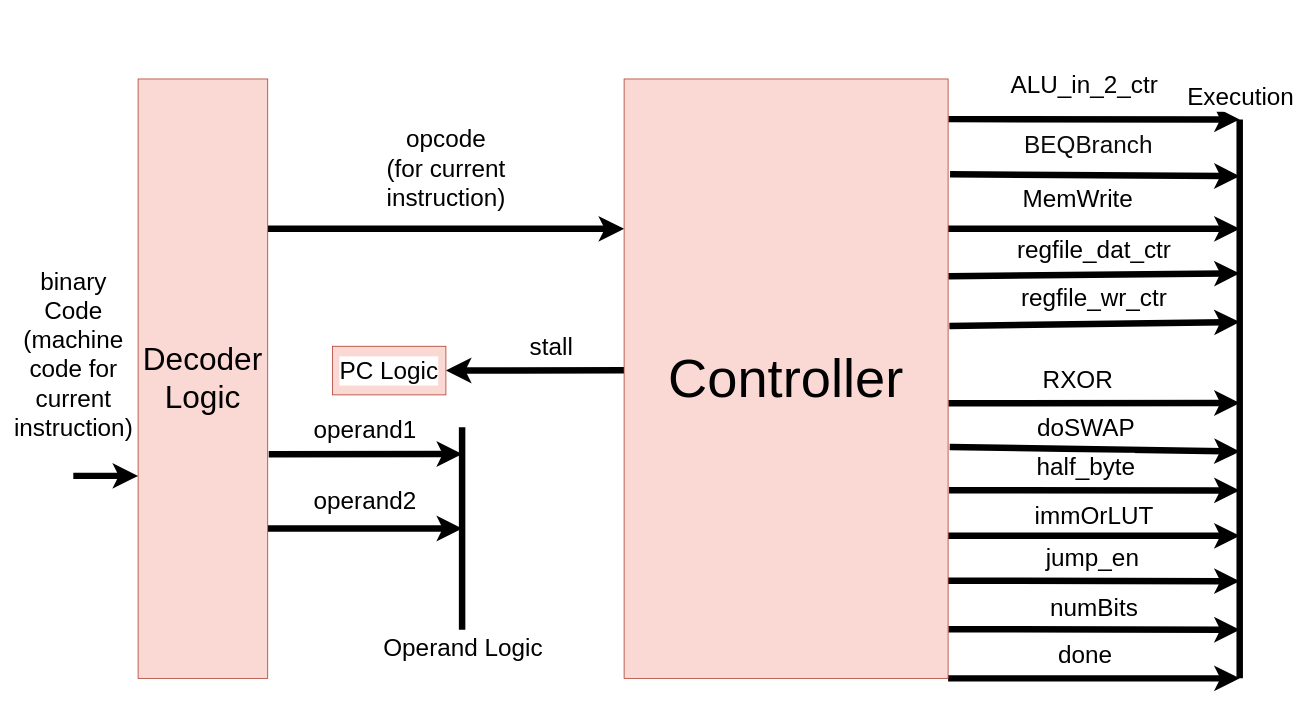
Above: Schematics/control_decode.drawio in KatiHuTiw/Specialized-Processor-and-Assembler-Design-Group-Project (draw.io), before the change. Source tidied: cells renumbered, new cells numbered last; positions are measured from the earlier drawing's top-left corner, leaving out a move shared by most shapes. Both pictures are drawn from the tidied source at 81%, with x=0, y=0 at pixel (73, 79).
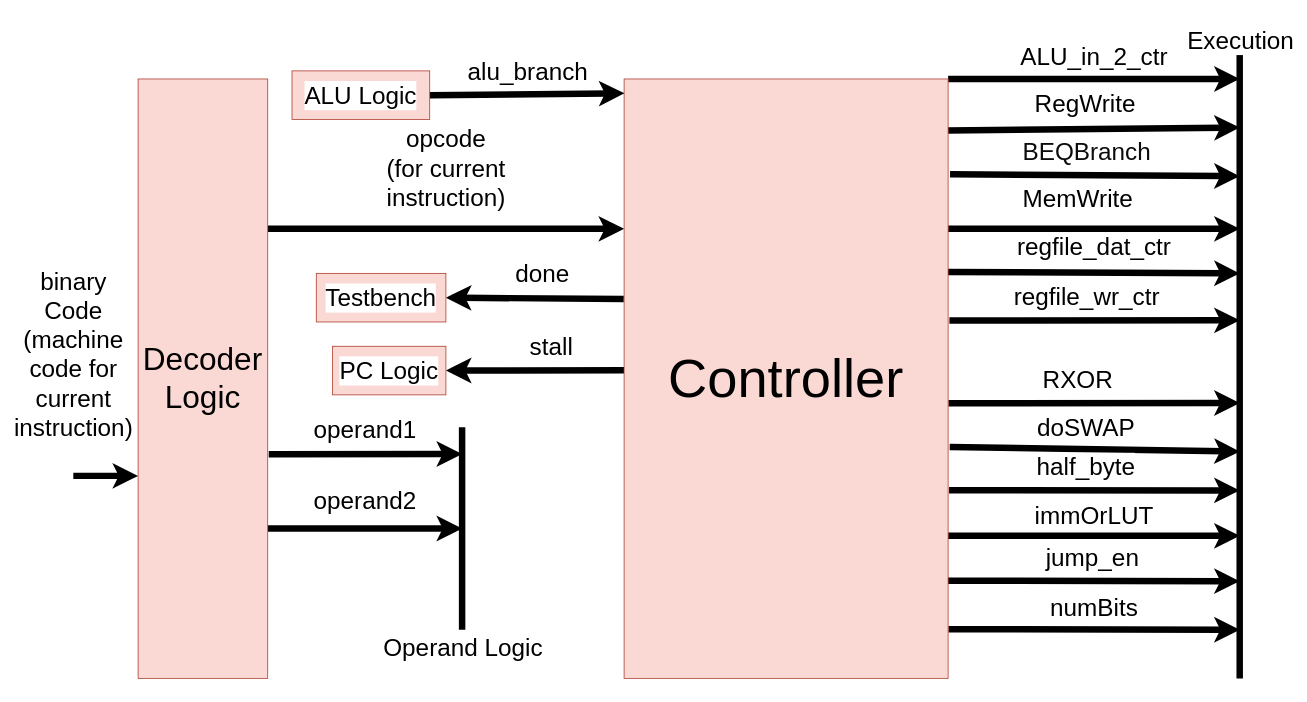
After the change.

Unchanged cells that the change refers to:
```xml
<mxCell id="26" value="&lt;font style=&quot;font-size: 67px;&quot; color=&quot;#000000&quot;&gt;Controller&lt;/font&gt;" style="whiteSpace=wrap;html=1;labelBackgroundColor=none;fontSize=30;fillColor=#fad9d5;strokeColor=#ae4132;" parent="1" vertex="1">
  <mxGeometry x="680" width="400" height="740" as="geometry" />
</mxCell>
```

Change to the diagram source:
```diff
@@
-    <mxCell id="9" style="edgeStyle=none;html=1;exitX=1.001;exitY=0.067;exitDx=0;exitDy=0;labelBackgroundColor=none;strokeColor=#000000;strokeWidth=8;fontSize=67;fontColor=#000000;endArrow=classic;endFill=1;exitPerimeter=0;" parent="1" edge="1" source="26">
-      <mxGeometry relative="1" as="geometry">
-        <mxPoint x="1440" y="50" as="targetPoint" />
+    <mxCell id="9" value="&lt;span style=&quot;font-size: 30px; background-color: rgb(255, 255, 255);&quot;&gt;ALU_in_2_ctr&lt;/span&gt;" style="edgeStyle=none;html=1;exitX=1;exitY=0;exitDx=0;exitDy=0;labelBackgroundColor=none;strokeColor=#000000;strokeWidth=8;fontSize=67;fontColor=#000000;endArrow=classic;endFill=1;" parent="1" edge="1" source="26">
+      <mxGeometry y="40" relative="1" as="geometry">
+        <mxPoint x="1440" as="targetPoint" />
       </mxGeometry>
     </mxCell>
-    <mxCell id="10" value="&lt;font style=&quot;font-size: 30px; background-color: rgb(255, 255, 255);&quot;&gt;ALU_in_2_ctr&lt;/font&gt;" style="edgeLabel;html=1;align=center;verticalAlign=middle;fontSize=67;fontColor=#000000;" parent="9" vertex="1">
-      <mxGeometry x="-0.07" y="12" relative="1" as="geometry">
-        <mxPoint y="-43" as="offset" />
-      </mxGeometry>
-    </mxCell>
     <mxCell id="11" value="&lt;font color=&quot;#0d0c0c&quot; style=&quot;font-size: 30px; background-color: rgb(255, 255, 255);&quot;&gt;BEQBranch&lt;/font&gt;" style="edgeStyle=none;html=1;strokeWidth=8;strokeColor=#000000;exitX=1.006;exitY=0.159;exitDx=0;exitDy=0;exitPerimeter=0;" parent="1" edge="1" source="26">
-      <mxGeometry x="-0.05" y="38" relative="1" as="geometry">
+      <mxGeometry x="-0.06" y="29" relative="1" as="geometry">
         <mxPoint x="1440" y="120" as="targetPoint" />
       </mxGeometry>
     </mxCell>
@@
-    <mxCell id="19" value="done" style="edgeStyle=none;html=1;exitX=1;exitY=1;exitDx=0;exitDy=0;labelBackgroundColor=#FFFFFF;strokeColor=#000000;strokeWidth=8;fontSize=30;fontColor=#000000;" parent="1" edge="1" source="26">
-      <mxGeometry x="-0.06" y="30" relative="1" as="geometry">
-        <mxPoint x="1440" y="740" as="targetPoint" />
-      </mxGeometry>
+    <mxCell id="19" value="done" style="edgeStyle=none;html=1;exitX=-0.001;exitY=0.367;exitDx=0;exitDy=0;labelBackgroundColor=#FFFFFF;strokeColor=#000000;strokeWidth=8;fontSize=30;fontColor=#000000;exitPerimeter=0;entryX=1;entryY=0.5;entryDx=0;entryDy=0;" parent="1" edge="1" source="26" target="34">
+      <mxGeometry x="-0.08" y="-31" relative="1" as="geometry" />
     </mxCell>
@@
-    <mxCell id="22" value="regfile_dat_ctr" style="edgeStyle=none;html=1;labelBackgroundColor=#FFFFFF;strokeColor=#000000;strokeWidth=8;fontSize=30;fontColor=#000000;exitX=1.001;exitY=0.329;exitDx=0;exitDy=0;exitPerimeter=0;" parent="1" edge="1" source="26">
+    <mxCell id="22" value="regfile_dat_ctr" style="edgeStyle=none;html=1;labelBackgroundColor=#FFFFFF;strokeColor=#000000;strokeWidth=8;fontSize=30;fontColor=#000000;exitX=0.999;exitY=0.322;exitDx=0;exitDy=0;exitPerimeter=0;" parent="1" edge="1" source="26">
       <mxGeometry y="32" relative="1" as="geometry">
         <mxPoint x="1440" y="240" as="targetPoint" />
       </mxGeometry>
     </mxCell>
-    <mxCell id="23" value="regfile_wr_ctr" style="edgeStyle=none;html=1;exitX=1.004;exitY=0.412;exitDx=0;exitDy=0;labelBackgroundColor=#FFFFFF;strokeColor=#000000;strokeWidth=8;fontSize=30;fontColor=#000000;exitPerimeter=0;" parent="1" edge="1" source="26">
-      <mxGeometry y="32" relative="1" as="geometry">
-        <mxPoint x="1440" y="300" as="targetPoint" />
+    <mxCell id="23" value="regfile_wr_ctr" style="edgeStyle=none;html=1;labelBackgroundColor=#FFFFFF;strokeColor=#000000;strokeWidth=8;fontSize=30;fontColor=#000000;exitX=1.004;exitY=0.403;exitDx=0;exitDy=0;exitPerimeter=0;" parent="1" edge="1" source="26">
+      <mxGeometry x="-0.06" y="30" relative="1" as="geometry">
+        <mxPoint x="1440" y="298" as="targetPoint" />
+        <mxPoint x="1" as="offset" />
       </mxGeometry>
     </mxCell>
@@
+    <mxCell id="30" style="edgeStyle=none;html=1;fontSize=30;strokeColor=#000000;strokeWidth=8;exitX=0.997;exitY=0.086;exitDx=0;exitDy=0;exitPerimeter=0;" parent="1" edge="1" source="26">
+      <mxGeometry relative="1" as="geometry">
+        <mxPoint x="1440" y="60" as="targetPoint" />
+      </mxGeometry>
+    </mxCell>
+    <mxCell id="31" value="&lt;font color=&quot;#000000&quot;&gt;RegWrite&lt;/font&gt;" style="edgeLabel;html=1;align=center;verticalAlign=middle;fontSize=30;" parent="30" vertex="1">
+      <mxGeometry x="-0.06" y="-3" relative="1" as="geometry">
+        <mxPoint y="-35" as="offset" />
+      </mxGeometry>
+    </mxCell>
@@
     <mxCell id="27" style="edgeStyle=none;orthogonalLoop=1;jettySize=auto;html=1;labelBackgroundColor=none;strokeColor=#000000;strokeWidth=8;fontSize=30;fontColor=#000000;endArrow=none;endFill=0;" parent="1" edge="1">
       <mxGeometry relative="1" as="geometry">
-        <mxPoint x="1440" y="50" as="sourcePoint" />
+        <mxPoint x="1440" y="-50" as="sourcePoint" />
         <mxPoint x="1440" y="740" as="targetPoint" />
       </mxGeometry>
     </mxCell>
     <mxCell id="28" value="&lt;span style=&quot;background-color: rgb(255, 255, 255);&quot;&gt;Execution&lt;/span&gt;" style="edgeLabel;html=1;align=center;verticalAlign=middle;fontSize=30;fontColor=#000000;" parent="27" vertex="1">
       <mxGeometry x="0.33" y="-4" relative="1" as="geometry">
-        <mxPoint x="4" y="-488" as="offset" />
+        <mxPoint x="4" y="-524" as="offset" />
       </mxGeometry>
     </mxCell>
@@
+    <mxCell id="32" value="&lt;span style=&quot;font-size: 30px; background-color: rgb(255, 255, 255);&quot;&gt;alu_branch&lt;/span&gt;" style="edgeStyle=none;html=1;labelBackgroundColor=none;strokeColor=#000000;strokeWidth=8;fontSize=67;fontColor=#000000;endArrow=classic;endFill=1;entryX=0.001;entryY=0.024;entryDx=0;entryDy=0;entryPerimeter=0;exitX=1;exitY=0.5;exitDx=0;exitDy=0;" parent="1" edge="1" source="33" target="26">
+      <mxGeometry x="0.01" y="40" relative="1" as="geometry" />
+    </mxCell>
+    <mxCell id="33" value="&lt;font color=&quot;#000000&quot;&gt;ALU Logic&lt;/font&gt;" style="whiteSpace=wrap;html=1;labelBackgroundColor=#FFFFFF;fontSize=30;fillColor=#fad9d5;strokeColor=#ae4132;" parent="1" vertex="1">
+      <mxGeometry x="270" y="-10" width="170" height="60" as="geometry" />
+    </mxCell>
+    <mxCell id="34" value="&lt;font color=&quot;#000000&quot;&gt;Testbench&lt;/font&gt;" style="whiteSpace=wrap;html=1;labelBackgroundColor=#FFFFFF;fontSize=30;fillColor=#fad9d5;strokeColor=#ae4132;" parent="1" vertex="1">
+      <mxGeometry x="300" y="240" width="160" height="60" as="geometry" />
+    </mxCell>
```
